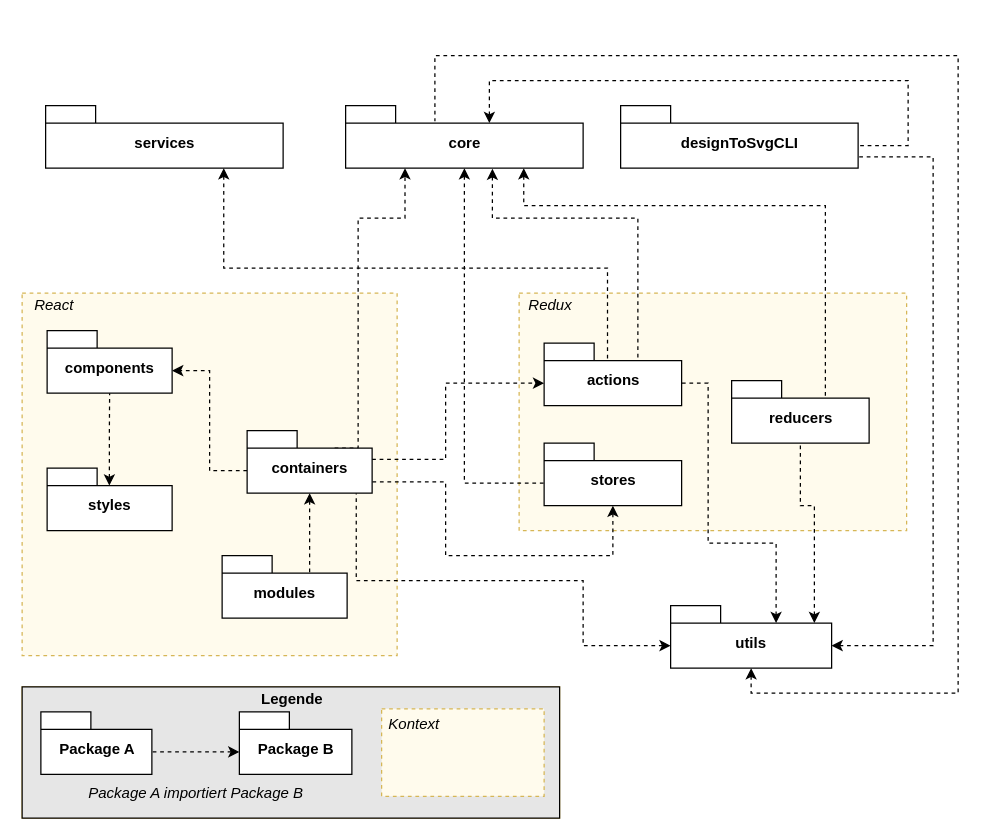
The draw.io diagram Arbeit/diagrams/Ist-Architektur/Paketdiagram-Grob.drawio in albreax/Diplomarbeit, before the edit. Source tidied: cells renumbered, new cells numbered last; positions are measured from the earlier drawing's top-left corner, leaving out a move shared by most shapes. Both pictures are drawn from the tidied source at 125%, with x=0, y=0 at pixel (21, 55).
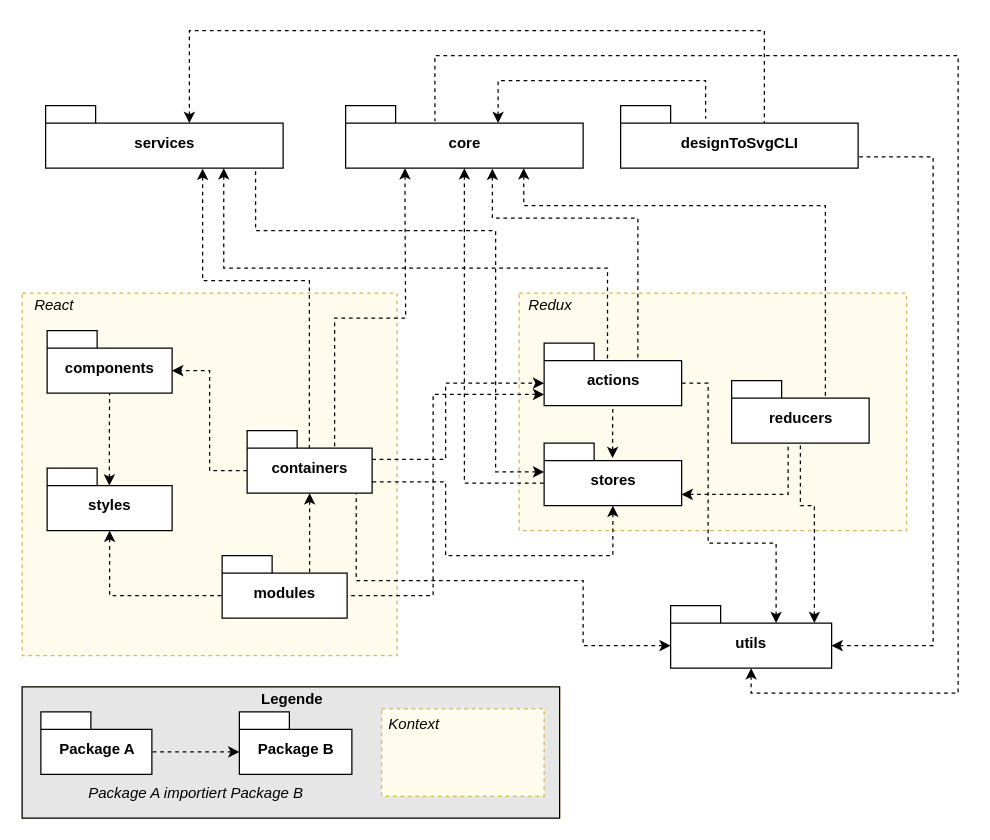
After the change.

The change refers to these unchanged cells:
```xml
<mxCell id="8" value="core" style="shape=folder;fontStyle=1;spacingTop=10;tabWidth=40;tabHeight=14;tabPosition=left;html=1;" parent="1" vertex="1">
  <mxGeometry x="259" y="40" width="190" height="50" as="geometry" />
</mxCell>
<mxCell id="9" value="designToSvgCLI" style="shape=folder;fontStyle=1;spacingTop=10;tabWidth=40;tabHeight=14;tabPosition=left;html=1;" parent="1" vertex="1">
  <mxGeometry x="479" y="40" width="190" height="50" as="geometry" />
</mxCell>
<mxCell id="10" value="services" style="shape=folder;fontStyle=1;spacingTop=10;tabWidth=40;tabHeight=14;tabPosition=left;html=1;" parent="1" vertex="1">
  <mxGeometry x="19" y="40" width="190" height="50" as="geometry" />
</mxCell>
<mxCell id="23" value="containers" style="shape=folder;fontStyle=1;spacingTop=10;tabWidth=40;tabHeight=14;tabPosition=left;html=1;" parent="1" vertex="1">
  <mxGeometry x="180.2" y="300" width="100" height="50" as="geometry" />
</mxCell>
<mxCell id="25" value="styles" style="shape=folder;fontStyle=1;spacingTop=10;tabWidth=40;tabHeight=14;tabPosition=left;html=1;" parent="1" vertex="1">
  <mxGeometry x="20.2" y="330" width="100" height="50" as="geometry" />
</mxCell>
<mxCell id="26" value="modules" style="shape=folder;fontStyle=1;spacingTop=10;tabWidth=40;tabHeight=14;tabPosition=left;html=1;" parent="1" vertex="1">
  <mxGeometry x="160.2" y="400" width="100" height="50" as="geometry" />
</mxCell>
<mxCell id="29" value="stores" style="shape=folder;fontStyle=1;spacingTop=10;tabWidth=40;tabHeight=14;tabPosition=left;html=1;" parent="1" vertex="1">
  <mxGeometry x="417.8" y="310" width="110" height="50" as="geometry" />
</mxCell>
<mxCell id="30" value="reducers" style="shape=folder;fontStyle=1;spacingTop=10;tabWidth=40;tabHeight=14;tabPosition=left;html=1;" parent="1" vertex="1">
  <mxGeometry x="567.8" y="260" width="110" height="50" as="geometry" />
</mxCell>
<mxCell id="31" value="actions" style="shape=folder;fontStyle=1;spacingTop=10;tabWidth=40;tabHeight=14;tabPosition=left;html=1;" parent="1" vertex="1">
  <mxGeometry x="417.8" y="230" width="110" height="50" as="geometry" />
</mxCell>
```

The edit, as a diff of the source:
```diff
@@
-    <mxCell id="4" style="edgeStyle=orthogonalEdgeStyle;rounded=0;jettySize=auto;html=1;exitX=0;exitY=0;exitDx=115;exitDy=14;exitPerimeter=0;entryX=0;entryY=0;entryDx=190;entryDy=32;entryPerimeter=0;dashed=1;startArrow=classic;startFill=1;endArrow=none;endFill=0;" parent="1" edge="1" source="8" target="9">
-      <mxGeometry relative="1" as="geometry">
-        <Array as="points">
-          <mxPoint x="374" y="20" />
-          <mxPoint x="709" y="20" />
-          <mxPoint x="709" y="72" />
-        </Array>
-      </mxGeometry>
-    </mxCell>
@@
+    <mxCell id="44" style="edgeStyle=orthogonalEdgeStyle;rounded=0;jettySize=auto;html=1;exitX=0.25;exitY=1;exitDx=0;exitDy=0;exitPerimeter=0;entryX=0;entryY=0;entryDx=70;entryDy=14;entryPerimeter=0;dashed=1;startArrow=classic;startFill=1;endArrow=none;endFill=0;" parent="1" edge="1" source="8" target="23">
+      <mxGeometry relative="1" as="geometry">
+        <Array as="points">
+          <mxPoint x="307" y="120" />
+          <mxPoint x="307" y="120" />
+          <mxPoint x="307" y="210" />
+          <mxPoint x="250" y="210" />
+        </Array>
+      </mxGeometry>
+    </mxCell>
+    <mxCell id="4" style="edgeStyle=orthogonalEdgeStyle;rounded=0;jettySize=auto;html=1;exitX=0.642;exitY=0.28;exitDx=0;exitDy=0;exitPerimeter=0;dashed=1;startArrow=classic;startFill=1;endArrow=none;endFill=0;entryX=0.358;entryY=0.21;entryDx=0;entryDy=0;entryPerimeter=0;" parent="1" edge="1" source="8" target="9">
+      <mxGeometry relative="1" as="geometry">
+        <Array as="points">
+          <mxPoint x="381" y="20" />
+          <mxPoint x="547" y="20" />
+        </Array>
+      </mxGeometry>
+    </mxCell>
@@
+    <mxCell id="45" style="edgeStyle=orthogonalEdgeStyle;rounded=0;jettySize=auto;html=1;exitX=0.661;exitY=1.01;exitDx=0;exitDy=0;exitPerimeter=0;dashed=1;startArrow=classic;startFill=1;endArrow=none;endFill=0;entryX=0.478;entryY=0.29;entryDx=0;entryDy=0;entryPerimeter=0;" parent="1" edge="1" source="10" target="23">
+      <mxGeometry relative="1" as="geometry">
+        <Array as="points">
+          <mxPoint x="145" y="180" />
+          <mxPoint x="230" y="180" />
+          <mxPoint x="230" y="315" />
+        </Array>
+      </mxGeometry>
+    </mxCell>
+    <mxCell id="46" style="edgeStyle=orthogonalEdgeStyle;rounded=0;jettySize=auto;html=1;exitX=0;exitY=0;exitDx=115;exitDy=14;exitPerimeter=0;entryX=0;entryY=0;entryDx=115;entryDy=14;entryPerimeter=0;dashed=1;startArrow=classic;startFill=1;endArrow=none;endFill=0;" parent="1" edge="1" source="10" target="9">
+      <mxGeometry relative="1" as="geometry">
+        <Array as="points">
+          <mxPoint x="134" y="-20" />
+          <mxPoint x="594" y="-20" />
+        </Array>
+      </mxGeometry>
+    </mxCell>
@@
-    <mxCell id="22" style="edgeStyle=orthogonalEdgeStyle;rounded=0;jettySize=auto;html=1;exitX=0;exitY=0;exitDx=70;exitDy=14;exitPerimeter=0;dashed=1;startArrow=none;startFill=0;endArrow=classic;endFill=1;entryX=0.25;entryY=1;entryDx=0;entryDy=0;entryPerimeter=0;" parent="1" edge="1" source="23" target="8">
-      <mxGeometry relative="1" as="geometry">
-        <Array as="points">
-          <mxPoint x="269" y="314" />
-          <mxPoint x="269" y="130" />
-          <mxPoint x="307" y="130" />
-          <mxPoint x="307" y="90" />
-        </Array>
-      </mxGeometry>
-    </mxCell>
@@
+    <mxCell id="47" style="edgeStyle=orthogonalEdgeStyle;rounded=0;jettySize=auto;html=1;exitX=0.5;exitY=1;exitDx=0;exitDy=0;exitPerimeter=0;entryX=0;entryY=0;entryDx=0;entryDy=32;entryPerimeter=0;dashed=1;startArrow=classic;startFill=1;endArrow=none;endFill=0;" parent="1" edge="1" source="25" target="26">
+      <mxGeometry relative="1" as="geometry" />
+    </mxCell>
@@
+    <mxCell id="48" style="edgeStyle=orthogonalEdgeStyle;rounded=0;jettySize=auto;html=1;exitX=0;exitY=0;exitDx=0;exitDy=23;exitPerimeter=0;entryX=0.884;entryY=1.05;entryDx=0;entryDy=0;entryPerimeter=0;dashed=1;startArrow=classic;startFill=1;endArrow=none;endFill=0;" parent="1" edge="1" source="29" target="10">
+      <mxGeometry relative="1" as="geometry">
+        <Array as="points">
+          <mxPoint x="379" y="333" />
+          <mxPoint x="379" y="140" />
+          <mxPoint x="187" y="140" />
+        </Array>
+      </mxGeometry>
+    </mxCell>
+    <mxCell id="49" style="edgeStyle=orthogonalEdgeStyle;rounded=0;jettySize=auto;html=1;exitX=0.498;exitY=0.24;exitDx=0;exitDy=0;exitPerimeter=0;entryX=0.5;entryY=1;entryDx=0;entryDy=0;entryPerimeter=0;dashed=1;startArrow=classic;startFill=1;endArrow=none;endFill=0;" parent="1" edge="1" source="29" target="31">
+      <mxGeometry relative="1" as="geometry" />
+    </mxCell>
+    <mxCell id="50" style="edgeStyle=orthogonalEdgeStyle;rounded=0;jettySize=auto;html=1;exitX=0;exitY=0;exitDx=110;exitDy=41;exitPerimeter=0;entryX=0.411;entryY=0.99;entryDx=0;entryDy=0;entryPerimeter=0;dashed=1;startArrow=classic;startFill=1;endArrow=none;endFill=0;" parent="1" edge="1" source="29" target="30">
+      <mxGeometry relative="1" as="geometry" />
+    </mxCell>
@@
+    <mxCell id="51" style="edgeStyle=orthogonalEdgeStyle;rounded=0;jettySize=auto;html=1;exitX=0;exitY=0;exitDx=0;exitDy=41;exitPerimeter=0;entryX=0;entryY=0;entryDx=100;entryDy=32;entryPerimeter=0;dashed=1;startArrow=classic;startFill=1;endArrow=none;endFill=0;" parent="1" edge="1" source="31" target="26">
+      <mxGeometry relative="1" as="geometry">
+        <Array as="points">
+          <mxPoint x="329" y="271" />
+          <mxPoint x="329" y="432" />
+        </Array>
+      </mxGeometry>
+    </mxCell>
```
